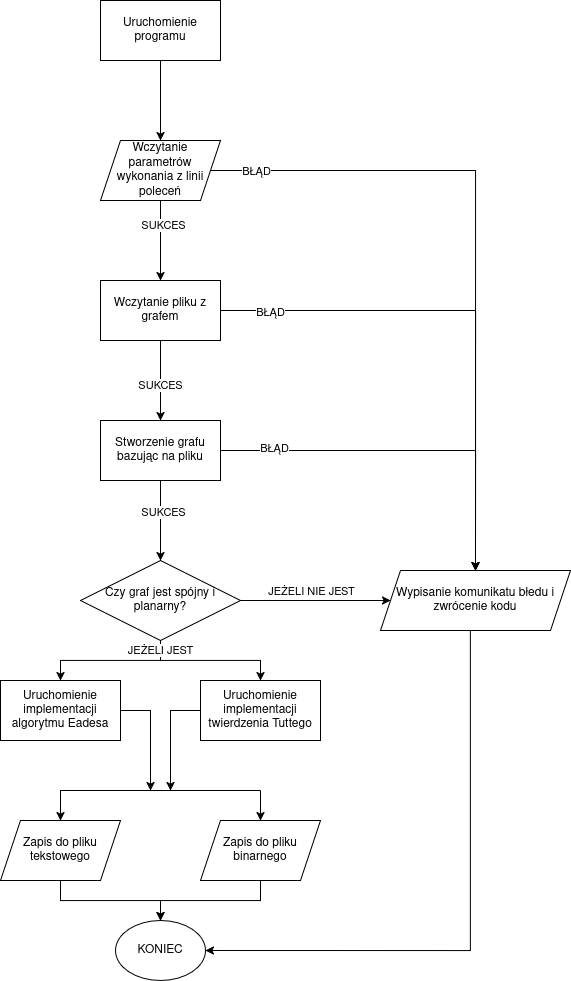
Above: documentation/implementation/assets/Diagram blokowy.png in jozwikaleksander/jimp2-wizualizacja-grafu-c (draw.io), before the change. Source tidied: cells renumbered, new cells last; positions are measured from the earlier drawing's top-left corner, leaving out a move shared by most shapes.
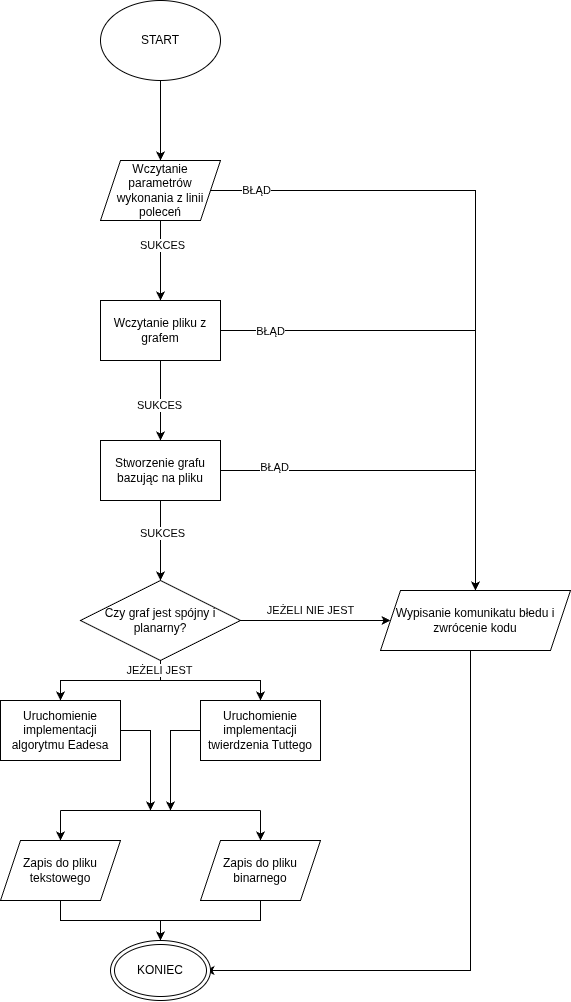
Later version of the same file.

Change to the diagram source:
```diff
@@ -2,126 +2,125 @@
   <root>
     <mxCell id="0" />
     <mxCell id="1" parent="0" />
-    <mxCell id="2" style="edgeStyle=orthogonalEdgeStyle;rounded=0;jettySize=auto;html=1;" parent="1" edge="1" source="3" target="8">
-      <mxGeometry relative="1" as="geometry" />
-    </mxCell>
-    <mxCell id="3" value="Uruchomienie programu" style="rounded=0;whiteSpace=wrap;html=1;" parent="1" vertex="1">
-      <mxGeometry x="100" width="120" height="60" as="geometry" />
-    </mxCell>
+    <mxCell id="39" style="edgeStyle=orthogonalEdgeStyle;rounded=0;jettySize=auto;html=1;" parent="1" edge="1" target="8">
+      <mxGeometry relative="1" as="geometry">
+        <mxPoint x="160" y="60" as="sourcePoint" />
+      </mxGeometry>
+    </mxCell>
     <mxCell id="4" style="edgeStyle=orthogonalEdgeStyle;rounded=0;jettySize=auto;html=1;" parent="1" edge="1" source="8" target="13">
       <mxGeometry relative="1" as="geometry" />
     </mxCell>
-    <mxCell id="5" value="SUKCES" style="edgeLabel;html=1;align=center;verticalAlign=middle;" parent="4" vertex="1">
-      <mxGeometry x="-0.38" y="2" relative="1" as="geometry" />
-    </mxCell>
+    <mxCell id="40" value="SUKCES" style="edgeLabel;html=1;align=center;verticalAlign=middle;" parent="4" vertex="1">
+      <mxGeometry x="-0.38" y="2" relative="1" as="geometry" />
+    </mxCell>
     <mxCell id="6" style="edgeStyle=orthogonalEdgeStyle;rounded=0;jettySize=auto;html=1;entryX=0.5;entryY=0;entryDx=0;entryDy=0;" parent="1" edge="1" source="8" target="36">
       <mxGeometry relative="1" as="geometry" />
     </mxCell>
-    <mxCell id="7" value="BŁĄD" style="edgeLabel;html=1;align=center;verticalAlign=middle;" parent="6" vertex="1">
-      <mxGeometry x="-0.86" relative="1" as="geometry" />
-    </mxCell>
+    <mxCell id="41" value="BŁĄD" style="edgeLabel;html=1;align=center;verticalAlign=middle;" parent="6" vertex="1">
+      <mxGeometry x="-0.86" relative="1" as="geometry" />
+    </mxCell>
     <mxCell id="8" value="Wczytanie parametrów wykonania z linii poleceń" style="shape=parallelogram;perimeter=parallelogramPerimeter;whiteSpace=wrap;html=1;fixedSize=1;rounded=0;" parent="1" vertex="1">
       <mxGeometry x="100" y="140" width="120" height="60" as="geometry" />
     </mxCell>
     <mxCell id="9" style="edgeStyle=orthogonalEdgeStyle;rounded=0;jettySize=auto;html=1;" parent="1" edge="1" source="13" target="18">
       <mxGeometry relative="1" as="geometry" />
     </mxCell>
-    <mxCell id="10" value="SUKCES" style="edgeLabel;html=1;align=center;verticalAlign=middle;" parent="9" vertex="1">
-      <mxGeometry x="0.12" y="-1" relative="1" as="geometry" />
-    </mxCell>
+    <mxCell id="42" value="SUKCES" style="edgeLabel;html=1;align=center;verticalAlign=middle;" parent="9" vertex="1">
+      <mxGeometry x="0.12" y="-1" relative="1" as="geometry" />
+    </mxCell>
     <mxCell id="11" style="edgeStyle=orthogonalEdgeStyle;rounded=0;jettySize=auto;html=1;entryX=0.5;entryY=0;entryDx=0;entryDy=0;" parent="1" edge="1" source="13" target="36">
       <mxGeometry relative="1" as="geometry" />
     </mxCell>
-    <mxCell id="12" value="BŁĄD" style="edgeLabel;html=1;align=center;verticalAlign=middle;" parent="11" vertex="1">
-      <mxGeometry x="-0.81" y="-1" relative="1" as="geometry" />
-    </mxCell>
+    <mxCell id="43" value="BŁĄD" style="edgeLabel;html=1;align=center;verticalAlign=middle;" parent="11" vertex="1">
+      <mxGeometry x="-0.81" y="-1" relative="1" as="geometry" />
+    </mxCell>
     <mxCell id="13" value="Wczytanie pliku z grafem" style="whiteSpace=wrap;html=1;rounded=0;" parent="1" vertex="1">
       <mxGeometry x="100" y="280" width="120" height="60" as="geometry" />
     </mxCell>
-    <mxCell id="14" style="edgeStyle=orthogonalEdgeStyle;rounded=0;jettySize=auto;html=1;" parent="1" edge="1" source="18">
-      <mxGeometry relative="1" as="geometry">
-        <mxPoint x="160" y="560" as="targetPoint" />
-      </mxGeometry>
-    </mxCell>
-    <mxCell id="15" value="SUKCES" style="edgeLabel;html=1;align=center;verticalAlign=middle;" parent="14" vertex="1">
-      <mxGeometry x="-0.19" y="2" relative="1" as="geometry" />
-    </mxCell>
+    <mxCell id="44" style="edgeStyle=orthogonalEdgeStyle;rounded=0;jettySize=auto;html=1;" parent="1" edge="1" source="18">
+      <mxGeometry relative="1" as="geometry">
+        <mxPoint x="160" y="560" as="targetPoint" />
+      </mxGeometry>
+    </mxCell>
+    <mxCell id="45" value="SUKCES" style="edgeLabel;html=1;align=center;verticalAlign=middle;" parent="44" vertex="1">
+      <mxGeometry x="-0.19" y="2" relative="1" as="geometry" />
+    </mxCell>
     <mxCell id="16" style="edgeStyle=orthogonalEdgeStyle;rounded=0;jettySize=auto;html=1;entryX=0.5;entryY=0;entryDx=0;entryDy=0;" parent="1" edge="1" source="18" target="36">
       <mxGeometry relative="1" as="geometry" />
     </mxCell>
-    <mxCell id="17" value="BŁĄD" style="edgeLabel;html=1;align=center;verticalAlign=middle;" parent="16" vertex="1">
-      <mxGeometry x="-0.72" y="3" relative="1" as="geometry" />
-    </mxCell>
+    <mxCell id="46" value="BŁĄD" style="edgeLabel;html=1;align=center;verticalAlign=middle;" parent="16" vertex="1">
+      <mxGeometry x="-0.72" y="3" relative="1" as="geometry" />
+    </mxCell>
     <mxCell id="18" value="Stworzenie grafu bazując na pliku" style="whiteSpace=wrap;html=1;rounded=0;" parent="1" vertex="1">
       <mxGeometry x="100" y="420" width="120" height="60" as="geometry" />
     </mxCell>
     <mxCell id="19" style="edgeStyle=orthogonalEdgeStyle;rounded=0;jettySize=auto;html=1;exitX=0.5;exitY=1;exitDx=0;exitDy=0;" parent="1" edge="1" source="34" target="21">
       <mxGeometry relative="1" as="geometry" />
     </mxCell>
-    <mxCell id="20" style="edgeStyle=orthogonalEdgeStyle;rounded=0;jettySize=auto;html=1;" parent="1" edge="1" source="21">
-      <mxGeometry relative="1" as="geometry">
-        <mxPoint x="150" y="790" as="targetPoint" />
-      </mxGeometry>
-    </mxCell>
+    <mxCell id="47" style="edgeStyle=orthogonalEdgeStyle;rounded=0;jettySize=auto;html=1;" parent="1" edge="1" source="21">
+      <mxGeometry relative="1" as="geometry">
+        <mxPoint x="150" y="790" as="targetPoint" />
+      </mxGeometry>
+    </mxCell>
     <mxCell id="21" value="Uruchomienie implementacji algorytmu Eadesa" style="whiteSpace=wrap;html=1;rounded=0;" parent="1" vertex="1">
       <mxGeometry y="680" width="120" height="60" as="geometry" />
     </mxCell>
-    <mxCell id="22" style="edgeStyle=orthogonalEdgeStyle;rounded=0;jettySize=auto;html=1;" parent="1" edge="1" source="23">
-      <mxGeometry relative="1" as="geometry">
-        <mxPoint x="170" y="790" as="targetPoint" />
-      </mxGeometry>
-    </mxCell>
+    <mxCell id="48" style="edgeStyle=orthogonalEdgeStyle;rounded=0;jettySize=auto;html=1;" parent="1" edge="1" source="23">
+      <mxGeometry relative="1" as="geometry">
+        <mxPoint x="170" y="790" as="targetPoint" />
+      </mxGeometry>
+    </mxCell>
     <mxCell id="23" value="Uruchomienie implementacji twierdzenia Tuttego" style="whiteSpace=wrap;html=1;rounded=0;" parent="1" vertex="1">
       <mxGeometry x="200" y="680" width="120" height="60" as="geometry" />
     </mxCell>
-    <mxCell id="24" style="endArrow=none;html=1;rounded=0;" parent="1" edge="1">
-      <mxGeometry relative="1" as="geometry">
-        <mxPoint x="60" y="790" as="sourcePoint" />
-        <mxPoint x="260" y="790" as="targetPoint" />
-        <Array as="points">
-          <mxPoint x="180" y="790" />
-        </Array>
-      </mxGeometry>
-    </mxCell>
-    <mxCell id="25" style="endArrow=classic;html=1;rounded=0;" parent="1" edge="1">
-      <mxGeometry relative="1" as="geometry">
-        <mxPoint x="60" y="790" as="sourcePoint" />
-        <mxPoint x="60" y="820" as="targetPoint" />
-      </mxGeometry>
-    </mxCell>
-    <mxCell id="26" style="endArrow=classic;html=1;rounded=0;" parent="1" edge="1">
-      <mxGeometry relative="1" as="geometry">
-        <mxPoint x="260" y="790" as="sourcePoint" />
-        <mxPoint x="260" y="820" as="targetPoint" />
-      </mxGeometry>
-    </mxCell>
-    <mxCell id="27" style="edgeStyle=orthogonalEdgeStyle;rounded=0;jettySize=auto;html=1;entryX=0.5;entryY=0;entryDx=0;entryDy=0;exitX=0.5;exitY=1;exitDx=0;exitDy=0;" parent="1" edge="1" source="37" target="29">
-      <mxGeometry relative="1" as="geometry" />
-    </mxCell>
-    <mxCell id="28" style="edgeStyle=orthogonalEdgeStyle;rounded=0;jettySize=auto;html=1;entryX=0.5;entryY=0;entryDx=0;entryDy=0;" parent="1" edge="1" target="29">
-      <mxGeometry relative="1" as="geometry">
-        <mxPoint x="260" y="880" as="sourcePoint" />
-        <Array as="points">
-          <mxPoint x="260" y="900" />
-          <mxPoint x="160" y="900" />
-        </Array>
-      </mxGeometry>
-    </mxCell>
-    <mxCell id="29" value="KONIEC" style="ellipse;whiteSpace=wrap;html=1;" parent="1" vertex="1">
-      <mxGeometry x="115" y="920" width="90" height="60" as="geometry" />
-    </mxCell>
+    <mxCell id="49" style="endArrow=none;html=1;rounded=0;" parent="1" edge="1">
+      <mxGeometry relative="1" as="geometry">
+        <mxPoint x="60" y="790" as="sourcePoint" />
+        <mxPoint x="260" y="790" as="targetPoint" />
+        <Array as="points">
+          <mxPoint x="180" y="790" />
+        </Array>
+      </mxGeometry>
+    </mxCell>
+    <mxCell id="50" style="endArrow=classic;html=1;rounded=0;" parent="1" edge="1">
+      <mxGeometry relative="1" as="geometry">
+        <mxPoint x="60" y="790" as="sourcePoint" />
+        <mxPoint x="60" y="820" as="targetPoint" />
+      </mxGeometry>
+    </mxCell>
+    <mxCell id="51" style="endArrow=classic;html=1;rounded=0;" parent="1" edge="1">
+      <mxGeometry relative="1" as="geometry">
+        <mxPoint x="260" y="790" as="sourcePoint" />
+        <mxPoint x="260" y="820" as="targetPoint" />
+      </mxGeometry>
+    </mxCell>
+    <mxCell id="52" style="edgeStyle=orthogonalEdgeStyle;rounded=0;jettySize=auto;html=1;entryX=0.5;entryY=0;entryDx=0;entryDy=0;exitX=0.5;exitY=1;exitDx=0;exitDy=0;" parent="1" edge="1" source="37">
+      <mxGeometry relative="1" as="geometry">
+        <mxPoint x="160" y="920" as="targetPoint" />
+      </mxGeometry>
+    </mxCell>
+    <mxCell id="53" style="edgeStyle=orthogonalEdgeStyle;rounded=0;orthogonalLoop=1;jettySize=auto;html=1;entryX=0.5;entryY=0;entryDx=0;entryDy=0;" parent="1" edge="1">
+      <mxGeometry relative="1" as="geometry">
+        <mxPoint x="260" y="880" as="sourcePoint" />
+        <mxPoint x="160" y="920" as="targetPoint" />
+        <Array as="points">
+          <mxPoint x="260" y="900" />
+          <mxPoint x="160" y="900" />
+        </Array>
+      </mxGeometry>
+    </mxCell>
     <mxCell id="30" style="edgeStyle=orthogonalEdgeStyle;rounded=0;jettySize=auto;html=1;" parent="1" edge="1" source="34" target="23">
       <mxGeometry relative="1" as="geometry" />
     </mxCell>
     <mxCell id="31" value="JEŻELI JEST" style="edgeLabel;html=1;align=center;verticalAlign=middle;" parent="30" vertex="1">
       <mxGeometry x="-0.86" y="-1" relative="1" as="geometry" />
     </mxCell>
-    <mxCell id="32" style="edgeStyle=orthogonalEdgeStyle;rounded=0;jettySize=auto;html=1;exitX=1;exitY=0.5;exitDx=0;exitDy=0;entryX=0;entryY=0.5;entryDx=0;entryDy=0;" parent="1" edge="1" source="34">
-      <mxGeometry relative="1" as="geometry">
-        <mxPoint x="390" y="600" as="targetPoint" />
-      </mxGeometry>
-    </mxCell>
+    <mxCell id="54" style="edgeStyle=orthogonalEdgeStyle;rounded=0;jettySize=auto;html=1;exitX=1;exitY=0.5;exitDx=0;exitDy=0;entryX=0;entryY=0.5;entryDx=0;entryDy=0;" parent="1" edge="1" source="34">
+      <mxGeometry relative="1" as="geometry">
+        <mxPoint x="390" y="600" as="targetPoint" />
+      </mxGeometry>
+    </mxCell>
-    <mxCell id="33" value="JEŻELI NIE JEST" style="edgeLabel;html=1;align=center;verticalAlign=middle;" parent="32" vertex="1">
+    <mxCell id="33" value="JEŻELI NIE JEST" style="edgeLabel;html=1;align=center;verticalAlign=middle;" parent="54" vertex="1">
       <mxGeometry x="-0.03" y="2" relative="1" as="geometry">
         <mxPoint x="-3" y="-8" as="offset" />
       </mxGeometry>
@@ -129,13 +128,14 @@
     <mxCell id="34" value="Czy graf jest spójny i planarny?" style="rhombus;whiteSpace=wrap;html=1;" parent="1" vertex="1">
       <mxGeometry x="80" y="560" width="160" height="80" as="geometry" />
     </mxCell>
-    <mxCell id="35" style="edgeStyle=orthogonalEdgeStyle;rounded=0;jettySize=auto;html=1;entryX=1;entryY=0.5;entryDx=0;entryDy=0;" parent="1" edge="1" source="36" target="29">
-      <mxGeometry relative="1" as="geometry">
-        <Array as="points">
-          <mxPoint x="470" y="950" />
-        </Array>
-      </mxGeometry>
-    </mxCell>
+    <mxCell id="55" style="edgeStyle=orthogonalEdgeStyle;rounded=0;jettySize=auto;html=1;entryX=1;entryY=0.5;entryDx=0;entryDy=0;" parent="1" edge="1" source="36">
+      <mxGeometry relative="1" as="geometry">
+        <mxPoint x="205" y="950" as="targetPoint" />
+        <Array as="points">
+          <mxPoint x="470" y="950" />
+        </Array>
+      </mxGeometry>
+    </mxCell>
     <mxCell id="36" value="Wypisanie komunikatu błedu i zwrócenie kodu" style="shape=parallelogram;perimeter=parallelogramPerimeter;whiteSpace=wrap;html=1;fixedSize=1;" parent="1" vertex="1">
       <mxGeometry x="380" y="570" width="190" height="60" as="geometry" />
     </mxCell>
@@ -145,5 +145,11 @@
     <mxCell id="38" value="Zapis do pliku binarnego" style="shape=parallelogram;perimeter=parallelogramPerimeter;whiteSpace=wrap;html=1;fixedSize=1;" parent="1" vertex="1">
       <mxGeometry x="200" y="820" width="120" height="60" as="geometry" />
     </mxCell>
+    <mxCell id="56" value="START" style="ellipse;whiteSpace=wrap;html=1;" parent="1" vertex="1">
+      <mxGeometry x="100" y="-20" width="120" height="80" as="geometry" />
+    </mxCell>
+    <mxCell id="29" value="KONIEC" style="ellipse;shape=doubleEllipse;whiteSpace=wrap;html=1;" parent="1" vertex="1">
+      <mxGeometry x="110" y="920" width="100" height="60" as="geometry" />
+    </mxCell>
   </root>
 </mxGraphModel>
```
